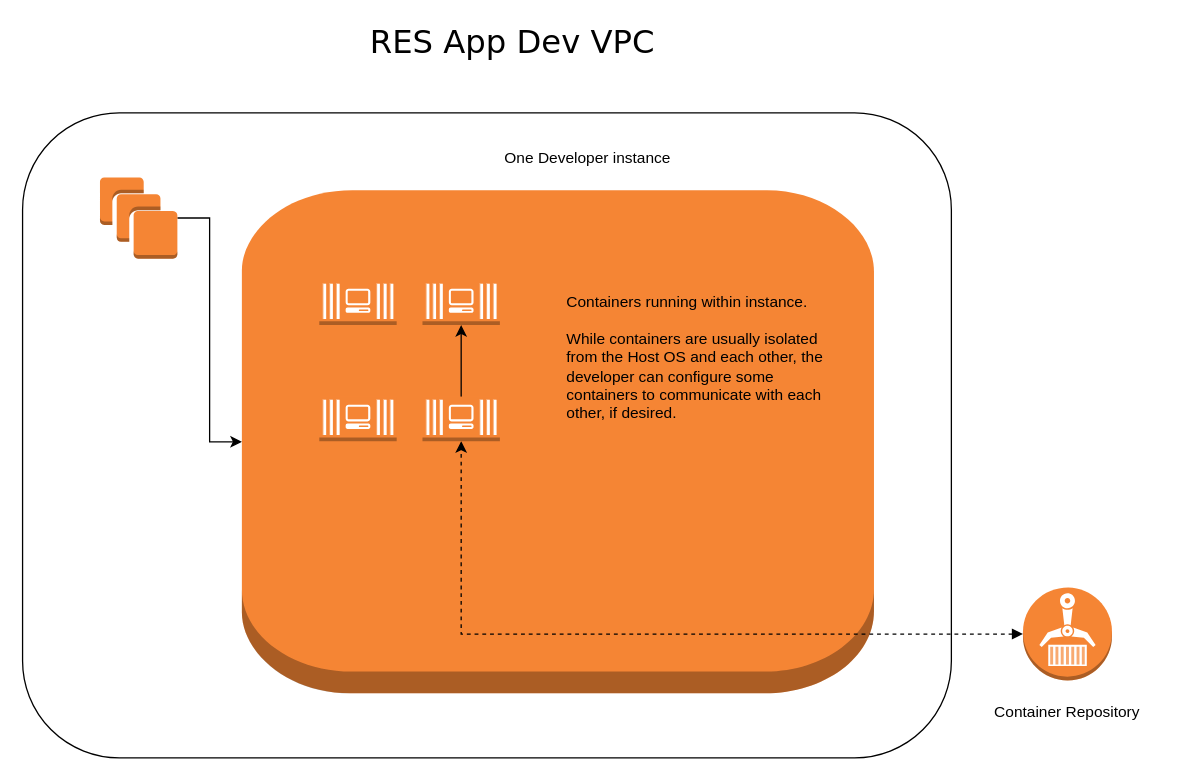
NRC-Research/Openapps keeps this draw.io diagram as Untitled Diagram.drawio. Above is the earlier version. Source tidied: cells renumbered, new cells numbered last; positions are measured from the earlier drawing's top-left corner, leaving out a move shared by most shapes. Both pictures are drawn from the tidied source at 129%, with x=0, y=0 at pixel (22, 22).
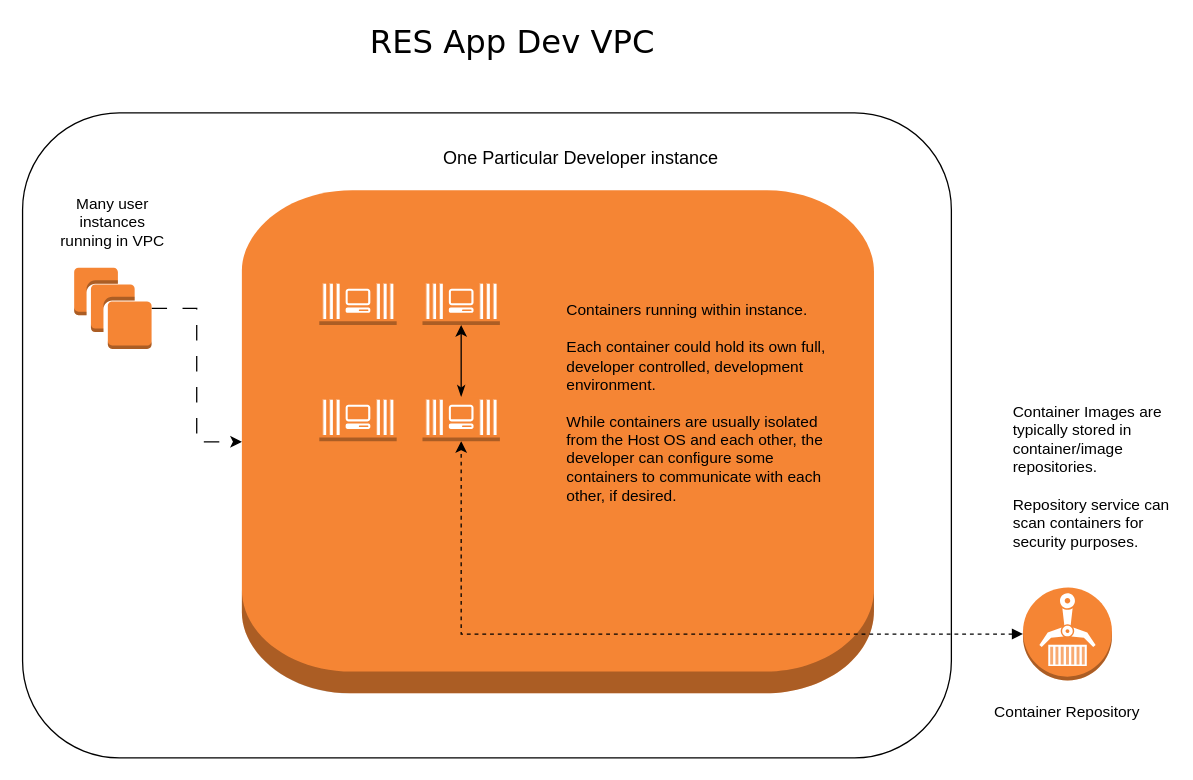
Above is the later version.

Commit message:
Repository information added

What changed in the source:
```diff
@@
 <mxGraphModel>
   <root>
     <mxCell id="0" />
     <mxCell id="1" parent="0" />
     <mxCell id="2" style="rounded=1;whiteSpace=wrap;html=1;" parent="1" vertex="1">
       <mxGeometry y="70" width="720" height="500" as="geometry" />
     </mxCell>
     <mxCell id="3" style="outlineConnect=0;dashed=0;verticalLabelPosition=bottom;verticalAlign=top;align=center;html=1;shape=mxgraph.aws3.instance;fillColor=#F58534;gradientColor=none;" parent="1" vertex="1">
       <mxGeometry x="170" y="130" width="490" height="390" as="geometry" />
     </mxCell>
     <mxCell id="4" value="&lt;font style=&quot;font-size: 25px;&quot; face=&quot;Verdana&quot;&gt;RES App Dev VPC&lt;/font&gt;" style="text;strokeColor=none;align=center;fillColor=none;html=1;verticalAlign=middle;whiteSpace=wrap;rounded=0;" parent="1" vertex="1">
       <mxGeometry x="190" width="380" height="30" as="geometry" />
     </mxCell>
-    <mxCell id="5" style="edgeStyle=orthogonalEdgeStyle;rounded=0;jettySize=auto;html=1;" parent="1" edge="1" source="6" target="3">
+    <mxCell id="5" style="edgeStyle=orthogonalEdgeStyle;rounded=0;jettySize=auto;html=1;dashed=1;dashPattern=12 12;" parent="1" edge="1" source="6" target="3">
       <mxGeometry relative="1" as="geometry" />
     </mxCell>
     <mxCell id="6" style="outlineConnect=0;dashed=0;verticalLabelPosition=bottom;verticalAlign=top;align=center;html=1;shape=mxgraph.aws3.instances;fillColor=#F58534;gradientColor=none;" parent="1" vertex="1">
-      <mxGeometry x="60" y="120" width="60" height="63" as="geometry" />
+      <mxGeometry x="40" y="190" width="60" height="63" as="geometry" />
     </mxCell>
-    <mxCell id="7" value="One Developer instance&amp;nbsp;" style="text;strokeColor=none;align=center;fillColor=none;html=1;verticalAlign=middle;whiteSpace=wrap;rounded=0;" parent="1" vertex="1">
-      <mxGeometry x="360" y="90" width="160" height="30" as="geometry" />
+    <mxCell id="7" value="One Particular Developer instance&amp;nbsp;" style="text;strokeColor=none;align=center;fillColor=none;html=1;verticalAlign=middle;whiteSpace=wrap;rounded=0;fontSize=14;" parent="1" vertex="1">
+      <mxGeometry x="310" y="90" width="250" height="30" as="geometry" />
     </mxCell>
     <mxCell id="8" style="edgeStyle=orthogonalEdgeStyle;rounded=0;jettySize=auto;html=1;entryX=0.5;entryY=1;entryDx=0;entryDy=0;entryPerimeter=0;startArrow=block;startFill=1;dashed=1;" parent="1" edge="1" source="9" target="13">
       <mxGeometry relative="1" as="geometry" />
     </mxCell>
     <mxCell id="9" style="outlineConnect=0;dashed=0;verticalLabelPosition=bottom;verticalAlign=top;align=center;html=1;shape=mxgraph.aws3.ecr;fillColor=#F58534;gradientColor=none;" parent="1" vertex="1">
       <mxGeometry x="775.5" y="438" width="69" height="72" as="geometry" />
     </mxCell>
     <mxCell id="10" value="Container Repository" style="text;strokeColor=none;align=center;fillColor=none;html=1;verticalAlign=middle;whiteSpace=wrap;rounded=0;" parent="1" vertex="1">
       <mxGeometry x="750" y="520" width="120" height="30" as="geometry" />
     </mxCell>
     <mxCell id="11" style="outlineConnect=0;dashed=0;verticalLabelPosition=bottom;verticalAlign=top;align=center;html=1;shape=mxgraph.aws3.ec2_compute_container_3;fillColor=#F58534;gradientColor=none;" parent="1" vertex="1">
       <mxGeometry x="310" y="200" width="60" height="34.5" as="geometry" />
     </mxCell>
-    <mxCell id="12" style="edgeStyle=orthogonalEdgeStyle;rounded=0;jettySize=auto;html=1;" parent="1" edge="1" source="13" target="11">
+    <mxCell id="12" style="edgeStyle=orthogonalEdgeStyle;rounded=0;jettySize=auto;html=1;startArrow=classicThin;startFill=1;" parent="1" edge="1" source="13" target="11">
       <mxGeometry relative="1" as="geometry" />
     </mxCell>
     <mxCell id="13" style="outlineConnect=0;dashed=0;verticalLabelPosition=bottom;verticalAlign=top;align=center;html=1;shape=mxgraph.aws3.ec2_compute_container_3;fillColor=#F58534;gradientColor=none;" parent="1" vertex="1">
       <mxGeometry x="310" y="290" width="60" height="34.5" as="geometry" />
     </mxCell>
     <mxCell id="14" style="dashed=0;verticalLabelPosition=bottom;verticalAlign=top;align=center;html=1;shape=mxgraph.aws3.ec2_compute_container_3;fillColor=#F58534;gradientColor=none;" parent="1" vertex="1">
       <mxGeometry x="230" y="290" width="60" height="34.5" as="geometry" />
     </mxCell>
     <mxCell id="15" style="dashed=0;verticalLabelPosition=bottom;verticalAlign=top;align=center;html=1;shape=mxgraph.aws3.ec2_compute_container_3;fillColor=#F58534;gradientColor=none;" parent="1" vertex="1">
       <mxGeometry x="230" y="200" width="60" height="34.5" as="geometry" />
     </mxCell>
-    <mxCell id="16" value="Containers running within instance.&lt;br&gt;&lt;br&gt;While containers are usually isolated from the Host OS and each other, the developer can configure some containers to communicate with each other, if desired.&amp;nbsp;" style="text;strokeColor=none;align=left;fillColor=none;html=1;verticalAlign=middle;whiteSpace=wrap;rounded=0;" parent="1" vertex="1">
-      <mxGeometry x="420" y="190" width="210" height="140" as="geometry" />
+    <mxCell id="16" value="Containers running within instance.&lt;br&gt;&lt;br&gt;Each container could hold its own full, developer controlled, development environment.&lt;br&gt;&lt;br&gt;While containers are usually isolated from the Host OS and each other, the developer can configure some containers to communicate with each other, if desired.&amp;nbsp;&amp;nbsp;" style="text;strokeColor=none;align=left;fillColor=none;html=1;verticalAlign=middle;whiteSpace=wrap;rounded=0;" parent="1" vertex="1">
+      <mxGeometry x="420" y="190" width="210" height="210" as="geometry" />
     </mxCell>
+    <mxCell id="17" value="Many user instances running in VPC" style="text;strokeColor=none;align=center;fillColor=none;html=1;verticalAlign=middle;whiteSpace=wrap;rounded=0;" parent="1" vertex="1">
+      <mxGeometry x="25" y="140" width="90" height="30" as="geometry" />
+    </mxCell>
+    <mxCell id="18" value="Container Images are typically stored in container/image repositories.&lt;br&gt;&lt;br&gt;Repository service can scan containers for security purposes." style="text;strokeColor=none;align=left;fillColor=none;html=1;verticalAlign=middle;whiteSpace=wrap;rounded=0;" parent="1" vertex="1">
+      <mxGeometry x="765.5" y="290" width="124.5" height="124.5" as="geometry" />
+    </mxCell>
   </root>
 </mxGraphModel>
```
